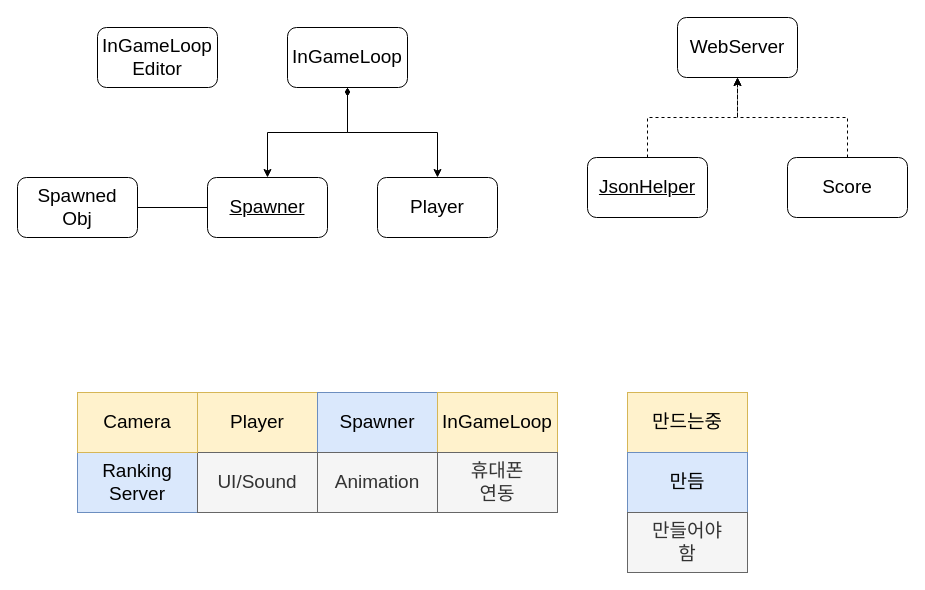
Above: UML.drawio in sanghun219/Summer_Project (draw.io), before the change. Source tidied: cells renumbered, new cells numbered last; positions are measured from the earlier drawing's top-left corner, leaving out a move shared by most shapes. Both pictures are drawn from the tidied source at 100%, with x=0, y=0 at pixel (17, 17).
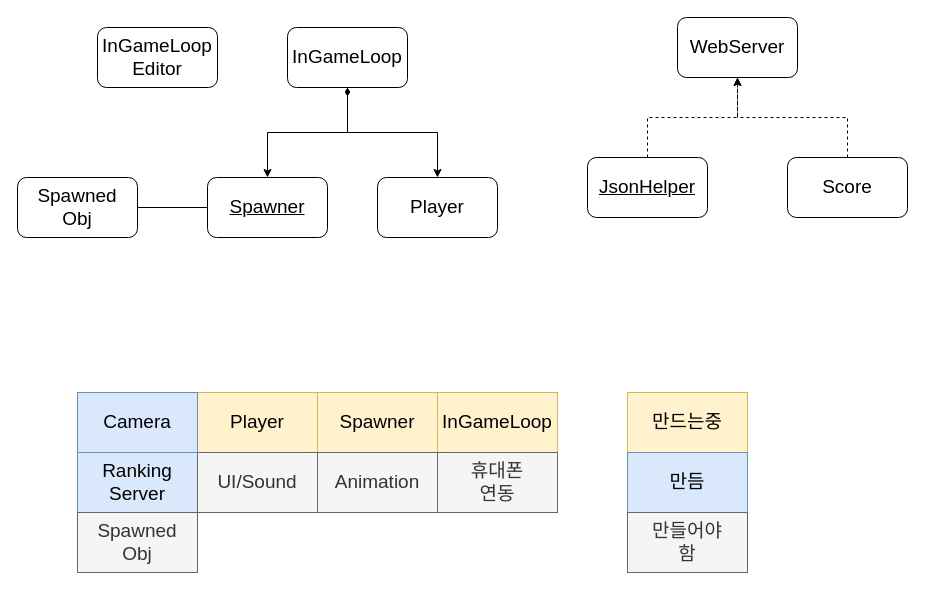
The same diagram, later.

Diff of the diagram source:
```diff
@@
-    <mxCell id="8" value="Spawner" style="rounded=0;whiteSpace=wrap;html=1;fontSize=19;fillColor=#dae8fc;strokeColor=#6c8ebf;" parent="1" vertex="1">
+    <mxCell id="8" value="Spawner" style="rounded=0;whiteSpace=wrap;html=1;fontSize=19;fillColor=#fff2cc;strokeColor=#d6b656;" parent="1" vertex="1">
       <mxGeometry x="300" y="375" width="120" height="60" as="geometry" />
     </mxCell>
@@
-    <mxCell id="14" value="Camera" style="rounded=0;whiteSpace=wrap;html=1;fontSize=19;fillColor=#fff2cc;strokeColor=#d6b656;" parent="1" vertex="1">
+    <mxCell id="14" value="Camera" style="rounded=0;whiteSpace=wrap;html=1;fontSize=19;fillColor=#dae8fc;strokeColor=#6c8ebf;" parent="1" vertex="1">
       <mxGeometry x="60" y="375" width="120" height="60" as="geometry" />
     </mxCell>
@@
+    <mxCell id="26" value="Spawned&lt;br&gt;Obj" style="rounded=0;whiteSpace=wrap;html=1;fontSize=19;fillColor=#f5f5f5;strokeColor=#666666;fontColor=#333333;" parent="1" vertex="1">
+      <mxGeometry x="60" y="495" width="120" height="60" as="geometry" />
+    </mxCell>
```
